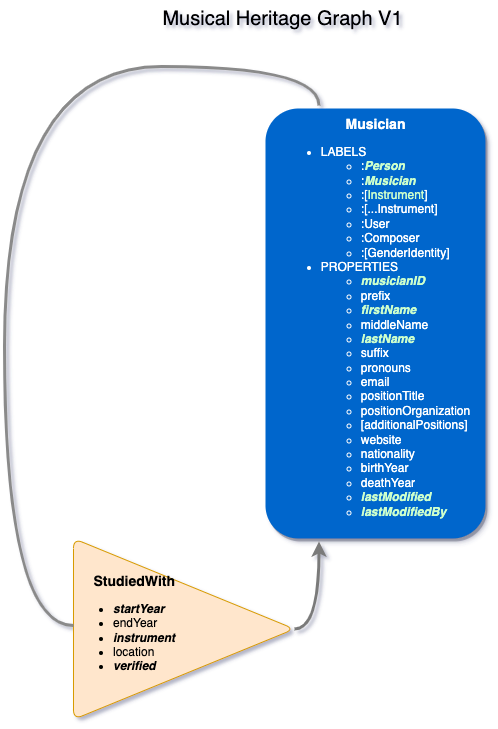
This is README.assets/Musical Heritage Model-V1.png from greyshore/MusicTree.Me, a draw.io export, as it was before one commit. Source tidied: cells renumbered, new cells last; positions are measured from the earlier drawing's top-left corner, leaving out a move shared by most shapes.
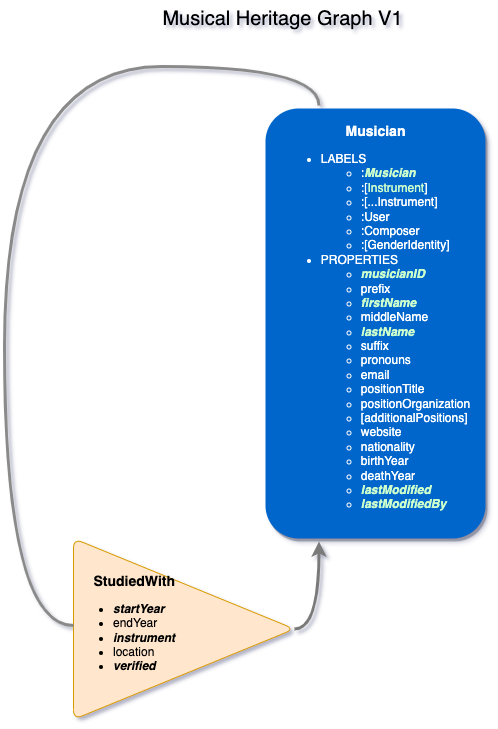
After the change.

Commit message:
paula #2 moar updates to README - remove extraneous label (:Person) in model diagrams and update database setup instructions

What changed in the source:
```diff
@@ -2,7 +2,7 @@
   <root>
     <mxCell id="0" />
     <mxCell id="1" parent="0" />
-    <mxCell id="2" value="&lt;b&gt;&lt;font style=&quot;font-size: 14px&quot;&gt;Musician&lt;/font&gt;&lt;/b&gt;&lt;br&gt;&lt;ul&gt;&lt;li style=&quot;text-align: left&quot;&gt;LABELS&lt;/li&gt;&lt;ul&gt;&lt;li style=&quot;text-align: left&quot;&gt;:&lt;b&gt;&lt;i&gt;&lt;font color=&quot;#ccffcc&quot;&gt;Person&lt;/font&gt;&lt;/i&gt;&lt;/b&gt;&lt;/li&gt;&lt;li style=&quot;text-align: left&quot;&gt;:&lt;b&gt;&lt;i&gt;&lt;font color=&quot;#ccffcc&quot;&gt;Musician&lt;/font&gt;&lt;/i&gt;&lt;/b&gt;&lt;/li&gt;&lt;li style=&quot;text-align: left;&quot;&gt;:[&lt;font color=&quot;#ccffcc&quot;&gt;Instrument&lt;/font&gt;]&lt;/li&gt;&lt;li style=&quot;text-align: left;&quot;&gt;:[...Instrument]&lt;/li&gt;&lt;li style=&quot;text-align: left&quot;&gt;:User&lt;/li&gt;&lt;li style=&quot;text-align: left&quot;&gt;:Composer&lt;/li&gt;&lt;li style=&quot;text-align: left&quot;&gt;:[GenderIdentity]&lt;/li&gt;&lt;/ul&gt;&lt;li style=&quot;text-align: left&quot;&gt;PROPERTIES&lt;/li&gt;&lt;ul&gt;&lt;li style=&quot;text-align: left&quot;&gt;&lt;b&gt;&lt;i&gt;&lt;font color=&quot;#ccffcc&quot;&gt;musicianID&lt;/font&gt;&lt;/i&gt;&lt;/b&gt;&lt;/li&gt;&lt;li style=&quot;text-align: left&quot;&gt;prefix&lt;/li&gt;&lt;li style=&quot;text-align: left&quot;&gt;&lt;b&gt;&lt;i&gt;&lt;font color=&quot;#ccffcc&quot;&gt;firstName&lt;/font&gt;&lt;/i&gt;&lt;/b&gt;&lt;/li&gt;&lt;li style=&quot;text-align: left&quot;&gt;middleName&lt;/li&gt;&lt;li style=&quot;text-align: left&quot;&gt;&lt;b&gt;&lt;i&gt;&lt;font color=&quot;#ccffcc&quot;&gt;lastName&lt;/font&gt;&lt;/i&gt;&lt;/b&gt;&lt;/li&gt;&lt;li style=&quot;text-align: left&quot;&gt;suffix&lt;/li&gt;&lt;li style=&quot;text-align: left&quot;&gt;pronouns&lt;/li&gt;&lt;li style=&quot;text-align: left&quot;&gt;email&lt;/li&gt;&lt;li style=&quot;text-align: left&quot;&gt;positionTitle&lt;/li&gt;&lt;li style=&quot;text-align: left&quot;&gt;positionOrganization&lt;/li&gt;&lt;li style=&quot;text-align: left&quot;&gt;[additionalPositions]&lt;/li&gt;&lt;li style=&quot;text-align: left&quot;&gt;website&lt;/li&gt;&lt;li style=&quot;text-align: left&quot;&gt;nationality&lt;/li&gt;&lt;li style=&quot;text-align: left&quot;&gt;birthYear&lt;/li&gt;&lt;li style=&quot;text-align: left&quot;&gt;deathYear&lt;/li&gt;&lt;li style=&quot;text-align: left&quot;&gt;&lt;b&gt;&lt;i&gt;&lt;font color=&quot;#ccffcc&quot;&gt;lastModified&lt;/font&gt;&lt;/i&gt;&lt;/b&gt;&lt;/li&gt;&lt;li style=&quot;text-align: left&quot;&gt;&lt;b&gt;&lt;i&gt;&lt;font color=&quot;#ccffcc&quot;&gt;lastModifiedBy&lt;/font&gt;&lt;/i&gt;&lt;/b&gt;&lt;/li&gt;&lt;/ul&gt;&lt;/ul&gt;" style="rounded=1;fillColor=#0066CC;strokeColor=none;strokeWidth=3;shadow=1;html=1;fontColor=#FFFFFF;perimeterSpacing=3;" parent="1" vertex="1">
+    <mxCell id="2" value="&lt;b&gt;&lt;font style=&quot;font-size: 14px&quot;&gt;Musician&lt;/font&gt;&lt;/b&gt;&lt;br&gt;&lt;ul&gt;&lt;li style=&quot;text-align: left&quot;&gt;LABELS&lt;/li&gt;&lt;ul&gt;&lt;li style=&quot;text-align: left&quot;&gt;:&lt;b&gt;&lt;i&gt;&lt;font color=&quot;#ccffcc&quot;&gt;Musician&lt;/font&gt;&lt;/i&gt;&lt;/b&gt;&lt;/li&gt;&lt;li style=&quot;text-align: left;&quot;&gt;:[&lt;font color=&quot;#ccffcc&quot;&gt;Instrument&lt;/font&gt;]&lt;/li&gt;&lt;li style=&quot;text-align: left;&quot;&gt;:[...Instrument]&lt;/li&gt;&lt;li style=&quot;text-align: left&quot;&gt;:User&lt;/li&gt;&lt;li style=&quot;text-align: left&quot;&gt;:Composer&lt;/li&gt;&lt;li style=&quot;text-align: left&quot;&gt;:[GenderIdentity]&lt;/li&gt;&lt;/ul&gt;&lt;li style=&quot;text-align: left&quot;&gt;PROPERTIES&lt;/li&gt;&lt;ul&gt;&lt;li style=&quot;text-align: left&quot;&gt;&lt;b&gt;&lt;i&gt;&lt;font color=&quot;#ccffcc&quot;&gt;musicianID&lt;/font&gt;&lt;/i&gt;&lt;/b&gt;&lt;/li&gt;&lt;li style=&quot;text-align: left&quot;&gt;prefix&lt;/li&gt;&lt;li style=&quot;text-align: left&quot;&gt;&lt;b&gt;&lt;i&gt;&lt;font color=&quot;#ccffcc&quot;&gt;firstName&lt;/font&gt;&lt;/i&gt;&lt;/b&gt;&lt;/li&gt;&lt;li style=&quot;text-align: left&quot;&gt;middleName&lt;/li&gt;&lt;li style=&quot;text-align: left&quot;&gt;&lt;b&gt;&lt;i&gt;&lt;font color=&quot;#ccffcc&quot;&gt;lastName&lt;/font&gt;&lt;/i&gt;&lt;/b&gt;&lt;/li&gt;&lt;li style=&quot;text-align: left&quot;&gt;suffix&lt;/li&gt;&lt;li style=&quot;text-align: left&quot;&gt;pronouns&lt;/li&gt;&lt;li style=&quot;text-align: left&quot;&gt;email&lt;/li&gt;&lt;li style=&quot;text-align: left&quot;&gt;positionTitle&lt;/li&gt;&lt;li style=&quot;text-align: left&quot;&gt;positionOrganization&lt;/li&gt;&lt;li style=&quot;text-align: left&quot;&gt;[additionalPositions]&lt;/li&gt;&lt;li style=&quot;text-align: left&quot;&gt;website&lt;/li&gt;&lt;li style=&quot;text-align: left&quot;&gt;nationality&lt;/li&gt;&lt;li style=&quot;text-align: left&quot;&gt;birthYear&lt;/li&gt;&lt;li style=&quot;text-align: left&quot;&gt;deathYear&lt;/li&gt;&lt;li style=&quot;text-align: left&quot;&gt;&lt;b&gt;&lt;i&gt;&lt;font color=&quot;#ccffcc&quot;&gt;lastModified&lt;/font&gt;&lt;/i&gt;&lt;/b&gt;&lt;/li&gt;&lt;li style=&quot;text-align: left&quot;&gt;&lt;b&gt;&lt;i&gt;&lt;font color=&quot;#ccffcc&quot;&gt;lastModifiedBy&lt;/font&gt;&lt;/i&gt;&lt;/b&gt;&lt;/li&gt;&lt;/ul&gt;&lt;/ul&gt;" style="rounded=1;fillColor=#0066CC;strokeColor=none;strokeWidth=3;shadow=1;html=1;fontColor=#FFFFFF;perimeterSpacing=3;" parent="1" vertex="1">
       <mxGeometry x="261" y="105" width="220" height="430" as="geometry" />
     </mxCell>
     <mxCell id="3" style="edgeStyle=orthogonalEdgeStyle;rounded=0;jettySize=auto;html=1;exitX=1;exitY=0.5;exitDx=0;exitDy=0;entryX=0.25;entryY=1;entryDx=0;entryDy=0;curved=1;strokeColor=#7A7A7A;strokeWidth=3;" parent="1" edge="1" source="4" target="2">
```
